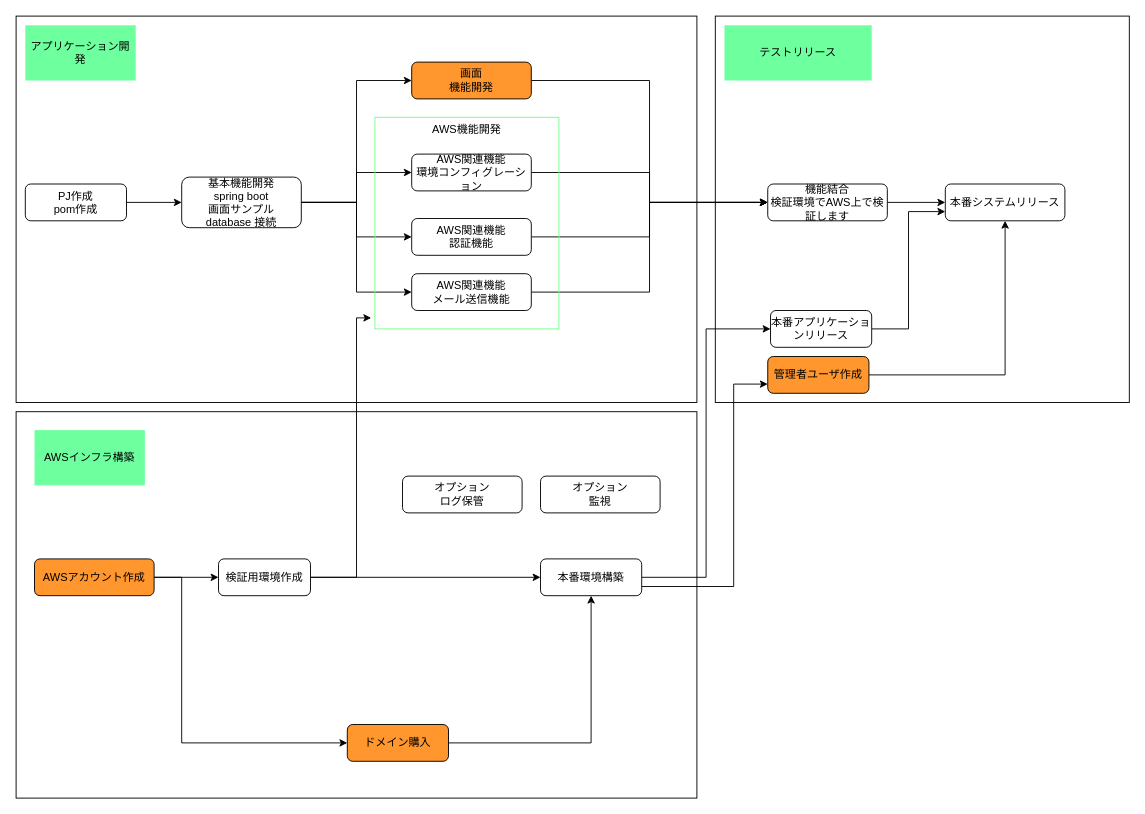
Earlier version of the draw.io diagram page "開発フロー" (2 of 4) of 202104/design_for_aws.drawio (Akihisa-Tokuda/aws_diagrams). Source tidied: cells renumbered, new cells numbered last; positions are measured from the earlier drawing's top-left corner, leaving out a move shared by most shapes. Both pictures are drawn from the tidied source at 92%, with x=0, y=0 at pixel (16, 16).
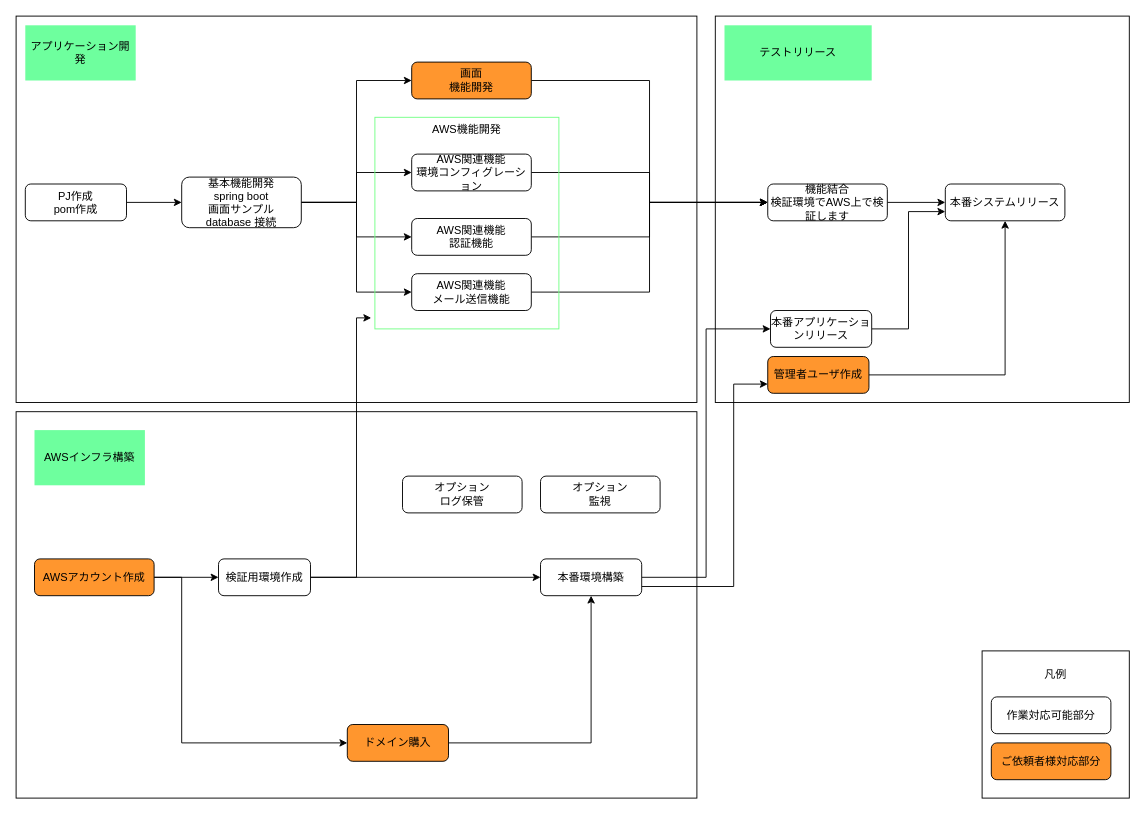
After the change.

Diff of the diagram source:
```diff
@@
+    <mxCell id="44" value="&lt;p&gt;凡例&lt;/p&gt;" style="rounded=0;whiteSpace=wrap;html=1;align=center;verticalAlign=top;" parent="1" vertex="1">
+      <mxGeometry x="1050" y="690" width="160" height="160" as="geometry" />
+    </mxCell>
@@
+    <mxCell id="45" value="ご依頼者様対応部分" style="rounded=1;whiteSpace=wrap;html=1;fillColor=#FF962E;" parent="1" vertex="1">
+      <mxGeometry x="1060" y="790" width="130" height="40" as="geometry" />
+    </mxCell>
+    <mxCell id="46" value="作業対応可能部分" style="rounded=1;whiteSpace=wrap;html=1;" parent="1" vertex="1">
+      <mxGeometry x="1060" y="740" width="130" height="40" as="geometry" />
+    </mxCell>
```
